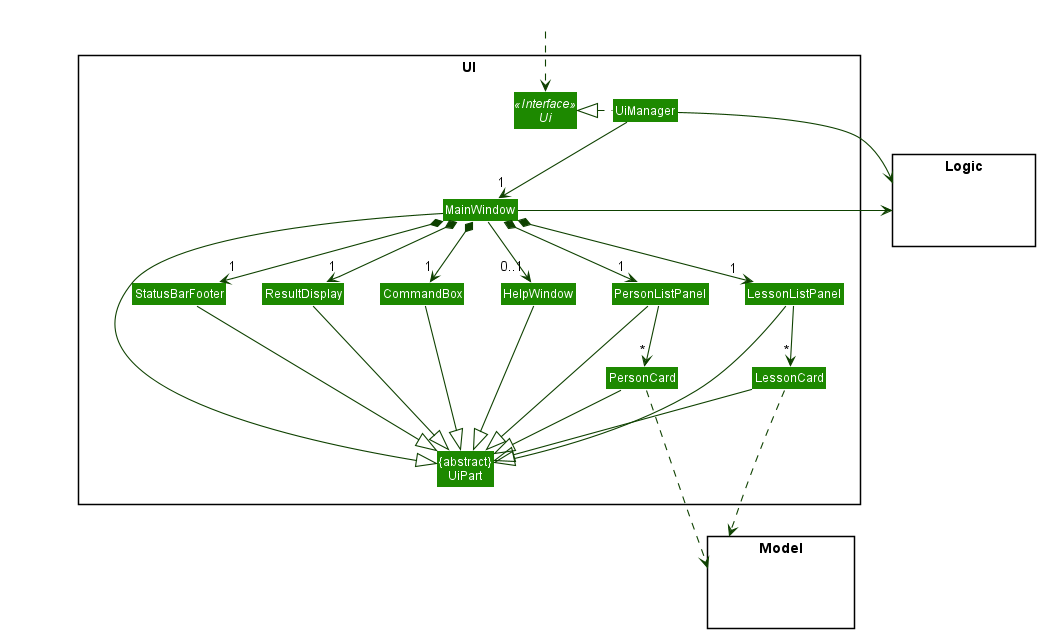
This is docs/images/DeveloperGuideImage/UiClassDiagram.png from nus-cs2103-AY2122S1/tp, a PlantUML export, as it was before one commit.
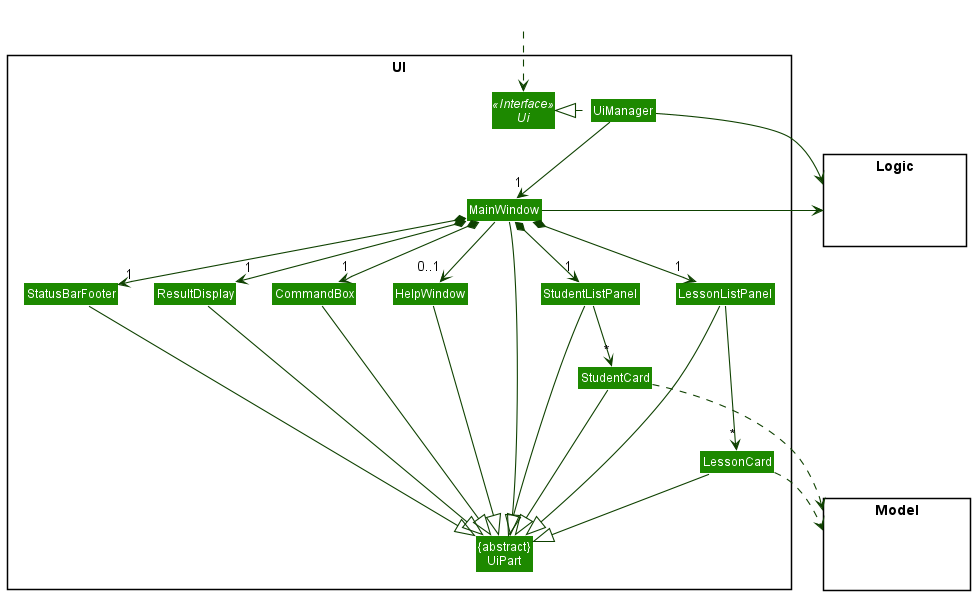
After the commit.

Commit message:
Update UiClassDiagram.puml for Student class

What changed in the source:
```diff
@@ -11,8 +11,8 @@
 Class MainWindow
 Class HelpWindow
 Class ResultDisplay
-Class PersonListPanel
-Class PersonCard
+Class StudentListPanel
+Class StudentCard
 Class LessonListPanel
 Class LessonCard
 Class StatusBarFooter
@@ -34,13 +34,13 @@
 UiManager -down-> "1" MainWindow
 MainWindow *-down->  "1" CommandBox
 MainWindow *-down-> "1" ResultDisplay
-MainWindow *-right-> "1" PersonListPanel
+MainWindow *-right-> "1" StudentListPanel
 MainWindow *-right-> "1" LessonListPanel
 MainWindow *-down-> "1" StatusBarFooter
 MainWindow --> "0..1" HelpWindow
 
-PersonListPanel -down-> "*" PersonCard
-LessonListPanel -down-> "*" LessonCard
+StudentListPanel -down-> "*" StudentCard
+LessonListPanel -down--> "*" LessonCard
 
 MainWindow -left-|> UiPart
 
@@ -48,23 +48,21 @@
 CommandBox --|> UiPart
 LessonListPanel --|> UiPart
 LessonCard --|> UiPart
-PersonListPanel --|> UiPart
-PersonCard --|> UiPart
+StudentListPanel --|> UiPart
+StudentCard --|> UiPart
 StatusBarFooter --|> UiPart
 HelpWindow --|> UiPart
 
-PersonCard -down..> Model
-LessonCard -down..> Model
+StudentCard -down..> Model
+LessonCard -right..> Model
 UiManager -right-> Logic
 MainWindow -left-> Logic
 
-LessonListPanel -[hidden]left- PersonListPanel
-PersonListPanel -[hidden]left- HelpWindow
+LessonListPanel -[hidden]left- StudentListPanel
+StudentListPanel -[hidden]left- HelpWindow
 HelpWindow -[hidden]left- CommandBox
 CommandBox -[hidden]left- ResultDisplay
 ResultDisplay -[hidden]left- StatusBarFooter
 
-PersonCard -[hidden]right- LessonCard
-
 MainWindow -[hidden]-|> UiPart
 @enduml
```
